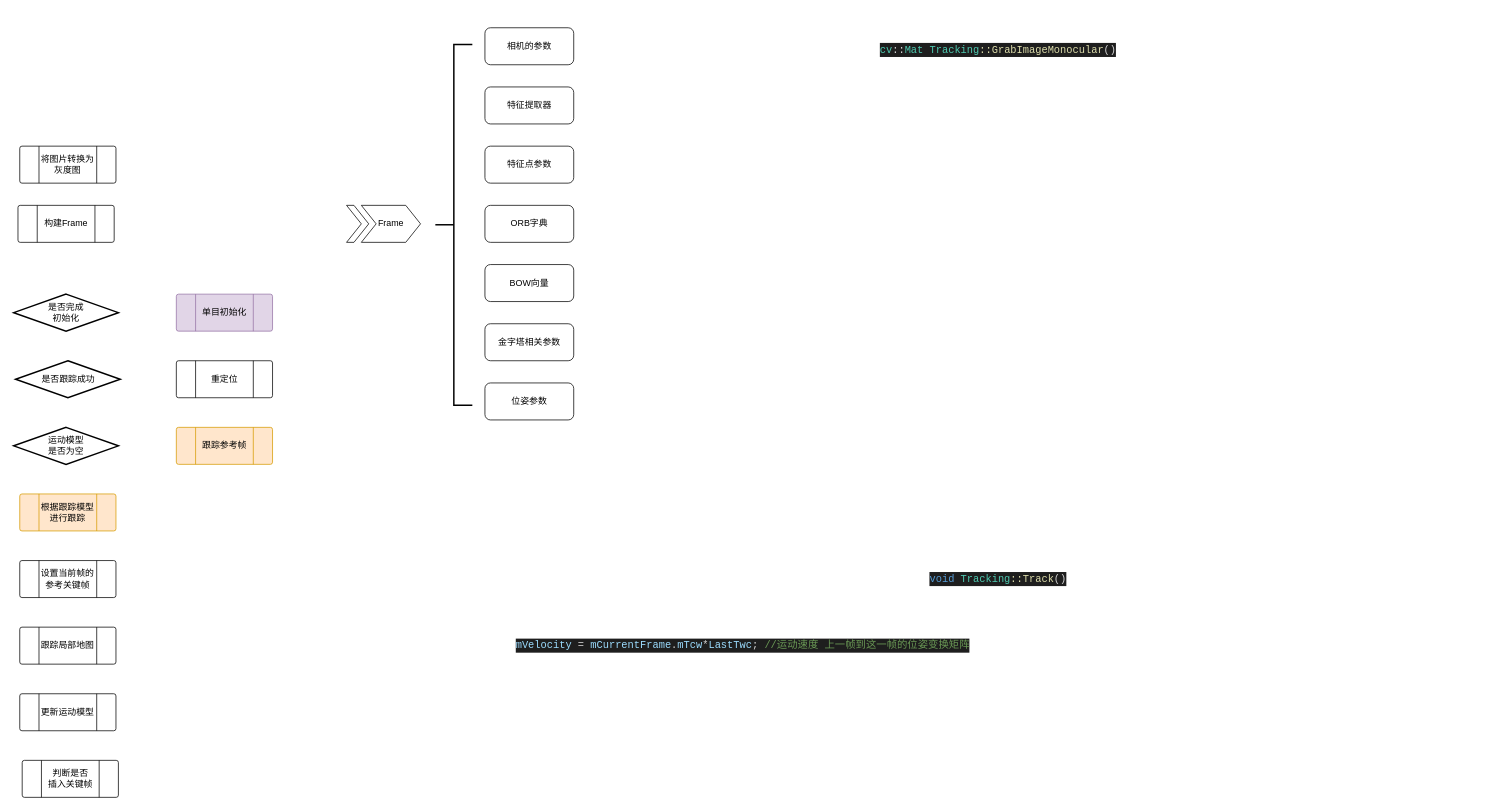
This is page "跟踪线程" (2 of 3) of orbslam2.drawio from younguper/VNOTE, a draw.io file, before an edit. Source tidied: cells renumbered, new cells numbered last; positions are measured from the earlier drawing's top-left corner, leaving out a move shared by most shapes. Both pictures are drawn from the tidied source at 74%, with x=0, y=0 at pixel (13, 27).
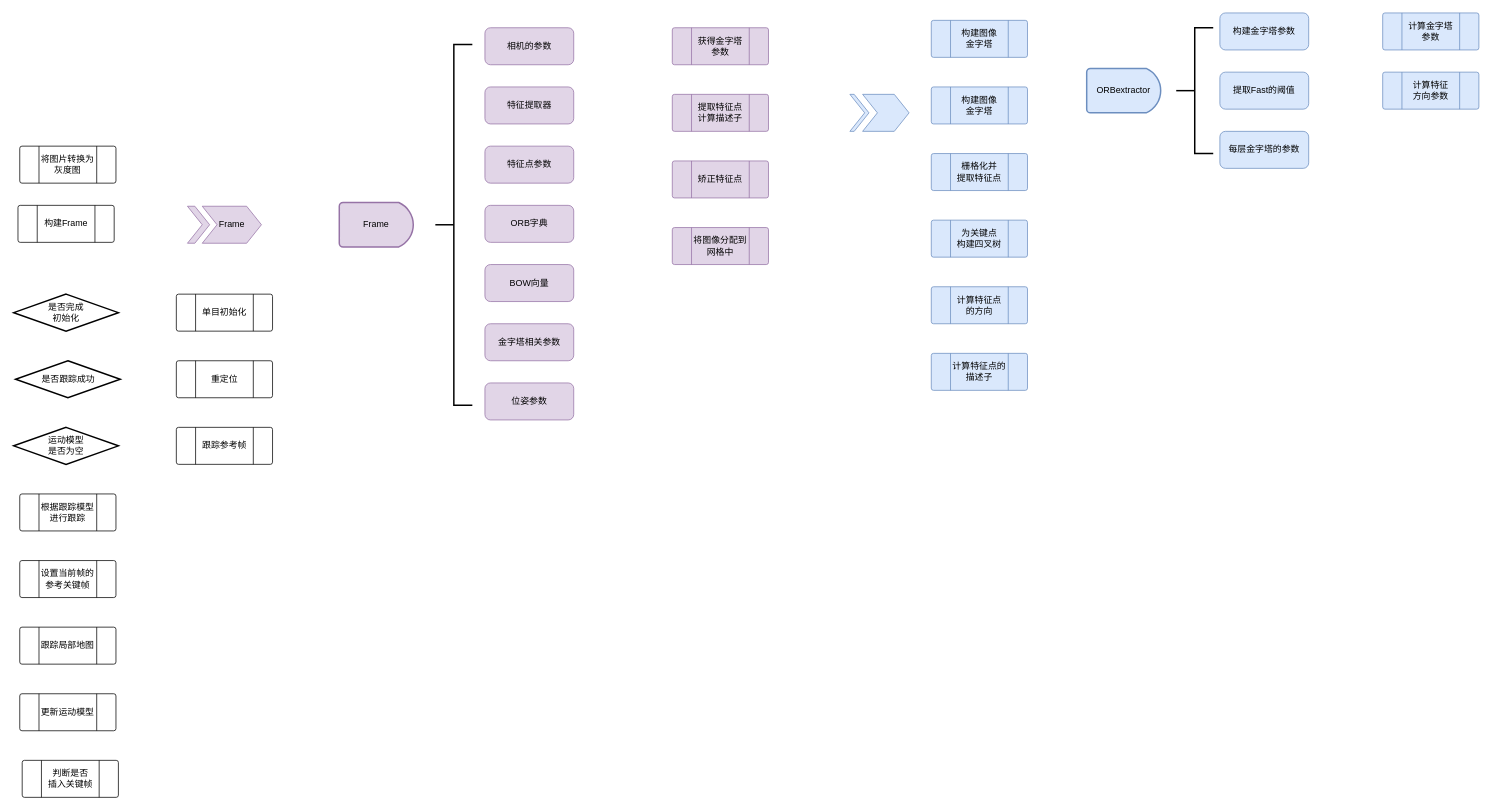
Above is the later version.

Change to the diagram source:
```diff
@@
-    <mxCell id="4" value="单目初始化" style="verticalLabelPosition=middle;verticalAlign=middle;html=1;shape=process;whiteSpace=wrap;rounded=1;size=0.2;arcSize=6;labelPosition=center;align=center;fillColor=#e1d5e7;strokeColor=#9673a6;" parent="1" vertex="1">
+    <mxCell id="4" value="单目初始化" style="verticalLabelPosition=middle;verticalAlign=middle;html=1;shape=process;whiteSpace=wrap;rounded=1;size=0.2;arcSize=6;labelPosition=center;align=center;" parent="1" vertex="1">
       <mxGeometry x="219.8" y="360" width="130" height="50" as="geometry" />
     </mxCell>
-    <mxCell id="5" value="根据跟踪模型进行跟踪" style="verticalLabelPosition=middle;verticalAlign=middle;html=1;shape=process;whiteSpace=wrap;rounded=1;size=0.2;arcSize=6;labelPosition=center;align=center;fillColor=#ffe6cc;strokeColor=#d79b00;" parent="1" vertex="1">
+    <mxCell id="5" value="根据跟踪模型进行跟踪" style="verticalLabelPosition=middle;verticalAlign=middle;html=1;shape=process;whiteSpace=wrap;rounded=1;size=0.2;arcSize=6;labelPosition=center;align=center;" parent="1" vertex="1">
       <mxGeometry x="8.2" y="630" width="130" height="50" as="geometry" />
     </mxCell>
-    <mxCell id="6" value="&lt;div style=&quot;color: rgb(212 , 212 , 212) ; background-color: rgb(30 , 30 , 30) ; font-family: &amp;#34;droid sans mono&amp;#34; , monospace , monospace , &amp;#34;droid sans fallback&amp;#34; ; font-size: 14px ; line-height: 19px&quot;&gt;&lt;span style=&quot;color: #4ec9b0&quot;&gt;cv&lt;/span&gt;::&lt;span style=&quot;color: #4ec9b0&quot;&gt;Mat&lt;/span&gt; &lt;span style=&quot;color: #4ec9b0&quot;&gt;Tracking&lt;/span&gt;&lt;span style=&quot;color: #dcdcaa&quot;&gt;::&lt;/span&gt;&lt;span style=&quot;color: #dcdcaa&quot;&gt;GrabImageMonocular&lt;/span&gt;()&lt;/div&gt;" style="text;html=1;align=center;verticalAlign=middle;fillColor=none;strokeColor=none;rounded=0;fontSize=15;" parent="1" vertex="1">
-      <mxGeometry x="1160" y="20" width="340" height="20" as="geometry" />
-    </mxCell>
-    <mxCell id="7" value="&lt;div style=&quot;color: rgb(212 , 212 , 212) ; background-color: rgb(30 , 30 , 30) ; font-family: &amp;#34;droid sans mono&amp;#34; , monospace , monospace , &amp;#34;droid sans fallback&amp;#34; ; font-size: 14px ; line-height: 19px&quot;&gt;&lt;span style=&quot;color: #569cd6&quot;&gt;void&lt;/span&gt; &lt;span style=&quot;color: #4ec9b0&quot;&gt;Tracking&lt;/span&gt;&lt;span style=&quot;color: #dcdcaa&quot;&gt;::&lt;/span&gt;&lt;span style=&quot;color: #dcdcaa&quot;&gt;Track&lt;/span&gt;()&lt;/div&gt;" style="text;html=1;align=center;verticalAlign=middle;fillColor=none;strokeColor=none;rounded=0;fontSize=15;" parent="1" vertex="1">
-      <mxGeometry x="1230" y="735" width="200" height="20" as="geometry" />
-    </mxCell>
@@
-    <mxCell id="10" value="跟踪参考帧" style="verticalLabelPosition=middle;verticalAlign=middle;html=1;shape=process;whiteSpace=wrap;rounded=1;size=0.2;arcSize=6;labelPosition=center;align=center;fillColor=#ffe6cc;strokeColor=#d79b00;" parent="1" vertex="1">
+    <mxCell id="10" value="跟踪参考帧" style="verticalLabelPosition=middle;verticalAlign=middle;html=1;shape=process;whiteSpace=wrap;rounded=1;size=0.2;arcSize=6;labelPosition=center;align=center;" parent="1" vertex="1">
       <mxGeometry x="219.8" y="540" width="130" height="50" as="geometry" />
     </mxCell>
@@
-    <mxCell id="17" value="&lt;div style=&quot;color: rgb(212 , 212 , 212) ; background-color: rgb(30 , 30 , 30) ; font-family: &amp;#34;droid sans mono&amp;#34; , monospace , monospace , &amp;#34;droid sans fallback&amp;#34; ; font-size: 14px ; line-height: 19px&quot;&gt;&lt;span style=&quot;color: #9cdcfe&quot;&gt;mVelocity&lt;/span&gt; = &lt;span style=&quot;color: #9cdcfe&quot;&gt;mCurrentFrame&lt;/span&gt;.&lt;span style=&quot;color: #9cdcfe&quot;&gt;mTcw&lt;/span&gt;*&lt;span style=&quot;color: #9cdcfe&quot;&gt;LastTwc&lt;/span&gt;;&lt;span style=&quot;color: #6a9955&quot;&gt;  //运动速度  上一帧到这一帧的位姿变换矩阵&lt;/span&gt;&lt;/div&gt;" style="text;html=1;align=center;verticalAlign=middle;fillColor=none;strokeColor=none;rounded=0;fontSize=12;" parent="1" vertex="1">
-      <mxGeometry x="670" y="825" width="630" height="20" as="geometry" />
-    </mxCell>
-    <mxCell id="18" value="特征提取器" style="rounded=1;whiteSpace=wrap;html=1;" parent="1" vertex="1">
+    <mxCell id="18" value="特征提取器" style="rounded=1;whiteSpace=wrap;html=1;fillColor=#e1d5e7;strokeColor=#9673a6;" parent="1" vertex="1">
       <mxGeometry x="636.8" y="80" width="120" height="50" as="geometry" />
     </mxCell>
-    <mxCell id="19" style="group;" parent="1" vertex="1">
-      <mxGeometry x="449.8" y="240" width="100" height="50" as="geometry" />
-    </mxCell>
-    <mxCell id="20" value="Frame" style="shape=step;perimeter=stepPerimeter;whiteSpace=wrap;html=1;fixedSize=1;" parent="19" vertex="1">
-      <mxGeometry x="20" width="80" height="50" as="geometry" />
-    </mxCell>
-    <mxCell id="21" style="shape=step;perimeter=stepPerimeter;whiteSpace=wrap;html=1;fixedSize=1;" parent="19" vertex="1">
-      <mxGeometry width="30" height="50" as="geometry" />
-    </mxCell>
-    <mxCell id="22" value="ORB字典" style="rounded=1;whiteSpace=wrap;html=1;" parent="1" vertex="1">
+    <mxCell id="22" value="ORB字典" style="rounded=1;whiteSpace=wrap;html=1;fillColor=#e1d5e7;strokeColor=#9673a6;" parent="1" vertex="1">
       <mxGeometry x="636.8" y="240" width="120" height="50" as="geometry" />
     </mxCell>
-    <mxCell id="23" value="相机的参数" style="rounded=1;whiteSpace=wrap;html=1;" parent="1" vertex="1">
+    <mxCell id="23" value="相机的参数" style="rounded=1;whiteSpace=wrap;html=1;fillColor=#e1d5e7;strokeColor=#9673a6;" parent="1" vertex="1">
       <mxGeometry x="636.8" width="120" height="50" as="geometry" />
     </mxCell>
-    <mxCell id="24" value="特征点参数" style="rounded=1;whiteSpace=wrap;html=1;" parent="1" vertex="1">
+    <mxCell id="24" value="特征点参数" style="rounded=1;whiteSpace=wrap;html=1;fillColor=#e1d5e7;strokeColor=#9673a6;" parent="1" vertex="1">
       <mxGeometry x="636.8" y="160" width="120" height="50" as="geometry" />
     </mxCell>
-    <mxCell id="25" value="BOW向量" style="rounded=1;whiteSpace=wrap;html=1;" parent="1" vertex="1">
+    <mxCell id="25" value="BOW向量" style="rounded=1;whiteSpace=wrap;html=1;fillColor=#e1d5e7;strokeColor=#9673a6;" parent="1" vertex="1">
       <mxGeometry x="636.8" y="320" width="120" height="50" as="geometry" />
     </mxCell>
-    <mxCell id="26" value="金字塔相关参数" style="rounded=1;whiteSpace=wrap;html=1;" parent="1" vertex="1">
+    <mxCell id="26" value="金字塔相关参数" style="rounded=1;whiteSpace=wrap;html=1;fillColor=#e1d5e7;strokeColor=#9673a6;" parent="1" vertex="1">
       <mxGeometry x="636.8" y="400" width="120" height="50" as="geometry" />
     </mxCell>
-    <mxCell id="27" value="位姿参数" style="rounded=1;whiteSpace=wrap;html=1;" parent="1" vertex="1">
+    <mxCell id="27" value="位姿参数" style="rounded=1;whiteSpace=wrap;html=1;fillColor=#e1d5e7;strokeColor=#9673a6;" parent="1" vertex="1">
       <mxGeometry x="636.8" y="480" width="120" height="50" as="geometry" />
     </mxCell>
@@
+    <mxCell id="29" value="计算金字塔&lt;br&gt;参数" style="verticalLabelPosition=middle;verticalAlign=middle;html=1;shape=process;whiteSpace=wrap;rounded=1;size=0.2;arcSize=6;labelPosition=center;align=center;fillColor=#dae8fc;strokeColor=#6c8ebf;" parent="1" vertex="1">
+      <mxGeometry x="1850" y="-20" width="130" height="50" as="geometry" />
+    </mxCell>
+    <mxCell id="30" value="构建金字塔参数" style="rounded=1;whiteSpace=wrap;html=1;fillColor=#dae8fc;strokeColor=#6c8ebf;" parent="1" vertex="1">
+      <mxGeometry x="1630" y="-20" width="120" height="50" as="geometry" />
+    </mxCell>
+    <mxCell id="31" value="提取Fast的阈值" style="rounded=1;whiteSpace=wrap;html=1;fillColor=#dae8fc;strokeColor=#6c8ebf;" parent="1" vertex="1">
+      <mxGeometry x="1630" y="60" width="120" height="50" as="geometry" />
+    </mxCell>
+    <mxCell id="32" value="每层金字塔的参数" style="rounded=1;whiteSpace=wrap;html=1;fillColor=#dae8fc;strokeColor=#6c8ebf;" parent="1" vertex="1">
+      <mxGeometry x="1630" y="140" width="120" height="50" as="geometry" />
+    </mxCell>
+    <mxCell id="33" value="计算特征&lt;br&gt;方向参数" style="verticalLabelPosition=middle;verticalAlign=middle;html=1;shape=process;whiteSpace=wrap;rounded=1;size=0.2;arcSize=6;labelPosition=center;align=center;fillColor=#dae8fc;strokeColor=#6c8ebf;" parent="1" vertex="1">
+      <mxGeometry x="1850" y="60" width="130" height="50" as="geometry" />
+    </mxCell>
+    <mxCell id="34" style="strokeWidth=2;html=1;shape=mxgraph.flowchart.annotation_2;align=left;labelPosition=right;" parent="1" vertex="1">
+      <mxGeometry x="1571" width="50" height="170" as="geometry" />
+    </mxCell>
+    <mxCell id="35" style="group;" parent="1" vertex="1">
+      <mxGeometry x="1130" y="90" width="129" height="50" as="geometry" />
+    </mxCell>
+    <mxCell id="36" style="shape=step;perimeter=stepPerimeter;whiteSpace=wrap;html=1;fixedSize=1;fillColor=#dae8fc;strokeColor=#6c8ebf;" parent="35" vertex="1">
+      <mxGeometry x="17.2" width="62.8" height="50" as="geometry" />
+    </mxCell>
+    <mxCell id="37" style="shape=step;perimeter=stepPerimeter;whiteSpace=wrap;html=1;fixedSize=1;fillColor=#dae8fc;strokeColor=#6c8ebf;" parent="35" vertex="1">
+      <mxGeometry width="25.8" height="50" as="geometry" />
+    </mxCell>
+    <mxCell id="38" style="group;" parent="1" vertex="1">
+      <mxGeometry x="234.8" y="241.2" width="100" height="50" as="geometry" />
+    </mxCell>
+    <mxCell id="20" value="Frame" style="shape=step;perimeter=stepPerimeter;whiteSpace=wrap;html=1;fixedSize=1;fillColor=#e1d5e7;strokeColor=#9673a6;" parent="38" vertex="1">
+      <mxGeometry x="20" width="80" height="50" as="geometry" />
+    </mxCell>
+    <mxCell id="21" style="shape=step;perimeter=stepPerimeter;whiteSpace=wrap;html=1;fixedSize=1;fillColor=#e1d5e7;strokeColor=#9673a6;" parent="38" vertex="1">
+      <mxGeometry width="30" height="50" as="geometry" />
+    </mxCell>
+    <mxCell id="39" value="获得金字塔&lt;br&gt;参数" style="verticalLabelPosition=middle;verticalAlign=middle;html=1;shape=process;whiteSpace=wrap;rounded=1;size=0.2;arcSize=6;labelPosition=center;align=center;fillColor=#e1d5e7;strokeColor=#9673a6;" parent="1" vertex="1">
+      <mxGeometry x="890" width="130" height="50" as="geometry" />
+    </mxCell>
+    <mxCell id="40" value="提取特征点&lt;br&gt;计算描述子" style="verticalLabelPosition=middle;verticalAlign=middle;html=1;shape=process;whiteSpace=wrap;rounded=1;size=0.2;arcSize=6;labelPosition=center;align=center;fillColor=#e1d5e7;strokeColor=#9673a6;" parent="1" vertex="1">
+      <mxGeometry x="890" y="90" width="130" height="50" as="geometry" />
+    </mxCell>
+    <mxCell id="41" value="Frame" style="strokeWidth=2;html=1;shape=mxgraph.flowchart.delay;whiteSpace=wrap;fillColor=#e1d5e7;strokeColor=#9673a6;" parent="1" vertex="1">
+      <mxGeometry x="440" y="236.2" width="100" height="60" as="geometry" />
+    </mxCell>
+    <mxCell id="42" value="ORBextractor" style="strokeWidth=2;html=1;shape=mxgraph.flowchart.delay;whiteSpace=wrap;fillColor=#dae8fc;strokeColor=#6c8ebf;" parent="1" vertex="1">
+      <mxGeometry x="1450" y="55" width="100" height="60" as="geometry" />
+    </mxCell>
+    <mxCell id="43" value="构建图像&lt;br&gt;金字塔" style="verticalLabelPosition=middle;verticalAlign=middle;html=1;shape=process;whiteSpace=wrap;rounded=1;size=0.2;arcSize=6;labelPosition=center;align=center;fillColor=#dae8fc;strokeColor=#6c8ebf;" parent="1" vertex="1">
+      <mxGeometry x="1240" y="-10" width="130" height="50" as="geometry" />
+    </mxCell>
+    <mxCell id="44" value="构建图像&lt;br&gt;金字塔" style="verticalLabelPosition=middle;verticalAlign=middle;html=1;shape=process;whiteSpace=wrap;rounded=1;size=0.2;arcSize=6;labelPosition=center;align=center;fillColor=#dae8fc;strokeColor=#6c8ebf;" parent="1" vertex="1">
+      <mxGeometry x="1240" y="80" width="130" height="50" as="geometry" />
+    </mxCell>
+    <mxCell id="45" value="栅格化并&lt;br&gt;提取特征点" style="verticalLabelPosition=middle;verticalAlign=middle;html=1;shape=process;whiteSpace=wrap;rounded=1;size=0.2;arcSize=6;labelPosition=center;align=center;fillColor=#dae8fc;strokeColor=#6c8ebf;" parent="1" vertex="1">
+      <mxGeometry x="1240" y="170" width="130" height="50" as="geometry" />
+    </mxCell>
+    <mxCell id="46" value="为关键点&lt;br&gt;构建四叉树" style="verticalLabelPosition=middle;verticalAlign=middle;html=1;shape=process;whiteSpace=wrap;rounded=1;size=0.2;arcSize=6;labelPosition=center;align=center;fillColor=#dae8fc;strokeColor=#6c8ebf;" parent="1" vertex="1">
+      <mxGeometry x="1240" y="260" width="130" height="50" as="geometry" />
+    </mxCell>
+    <mxCell id="47" value="计算特征点&lt;br&gt;的方向" style="verticalLabelPosition=middle;verticalAlign=middle;html=1;shape=process;whiteSpace=wrap;rounded=1;size=0.2;arcSize=6;labelPosition=center;align=center;fillColor=#dae8fc;strokeColor=#6c8ebf;" parent="1" vertex="1">
+      <mxGeometry x="1240" y="350" width="130" height="50" as="geometry" />
+    </mxCell>
+    <mxCell id="48" value="计算特征点的描述子" style="verticalLabelPosition=middle;verticalAlign=middle;html=1;shape=process;whiteSpace=wrap;rounded=1;size=0.2;arcSize=6;labelPosition=center;align=center;fillColor=#dae8fc;strokeColor=#6c8ebf;" parent="1" vertex="1">
+      <mxGeometry x="1240" y="440" width="130" height="50" as="geometry" />
+    </mxCell>
+    <mxCell id="49" value="矫正特征点" style="verticalLabelPosition=middle;verticalAlign=middle;html=1;shape=process;whiteSpace=wrap;rounded=1;size=0.2;arcSize=6;labelPosition=center;align=center;fillColor=#e1d5e7;strokeColor=#9673a6;" parent="1" vertex="1">
+      <mxGeometry x="890" y="180" width="130" height="50" as="geometry" />
+    </mxCell>
+    <mxCell id="50" value="将图像分配到网格中" style="verticalLabelPosition=middle;verticalAlign=middle;html=1;shape=process;whiteSpace=wrap;rounded=1;size=0.2;arcSize=6;labelPosition=center;align=center;fillColor=#e1d5e7;strokeColor=#9673a6;" parent="1" vertex="1">
+      <mxGeometry x="890" y="270" width="130" height="50" as="geometry" />
+    </mxCell>
```
